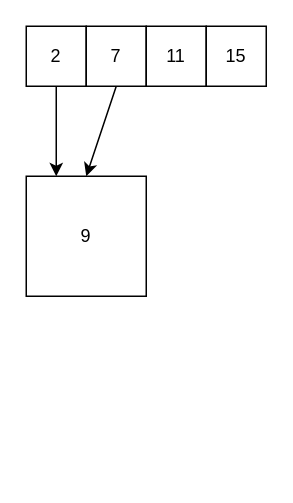
The draw.io diagram docs/TwoSumToTarget.drawio in rajsenthil/tdd-java, before the edit. Source tidied: cells renumbered, new cells numbered last; positions are measured from the earlier drawing's top-left corner, leaving out a move shared by most shapes. Both pictures are drawn from the tidied source at 150%, with x=0, y=0 at pixel (26, 26).
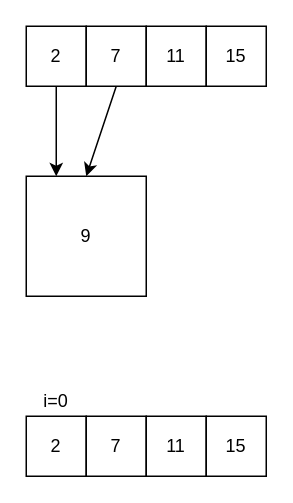
The same page after the edit.

The edit, as a diff of the source:
```diff
@@
 <mxGraphModel>
   <root>
     <mxCell id="0" />
     <mxCell id="1" parent="0" />
     <mxCell id="2" value="2" style="whiteSpace=wrap;html=1;" parent="1" vertex="1">
       <mxGeometry width="40" height="40" as="geometry" />
     </mxCell>
     <mxCell id="3" value="7" style="whiteSpace=wrap;html=1;" parent="1" vertex="1">
       <mxGeometry x="40" width="40" height="40" as="geometry" />
     </mxCell>
     <mxCell id="4" value="11" style="whiteSpace=wrap;html=1;" parent="1" vertex="1">
       <mxGeometry x="80" width="40" height="40" as="geometry" />
     </mxCell>
     <mxCell id="5" value="15" style="whiteSpace=wrap;html=1;" parent="1" vertex="1">
       <mxGeometry x="120" width="40" height="40" as="geometry" />
     </mxCell>
     <mxCell id="6" value="9" style="whiteSpace=wrap;html=1;" parent="1" vertex="1">
       <mxGeometry y="100" width="80" height="80" as="geometry" />
     </mxCell>
     <mxCell id="7" style="endArrow=classic;html=1;exitX=0.5;exitY=1;exitDx=0;exitDy=0;entryX=0.25;entryY=0;entryDx=0;entryDy=0;" parent="1" edge="1" source="2" target="6">
       <mxGeometry relative="1" as="geometry" />
     </mxCell>
     <mxCell id="8" style="endArrow=classic;html=1;entryX=0.5;entryY=0;entryDx=0;entryDy=0;exitX=0.5;exitY=1;exitDx=0;exitDy=0;" parent="1" edge="1" source="3" target="6">
       <mxGeometry relative="1" as="geometry" />
     </mxCell>
+    <mxCell id="9" value="2" style="whiteSpace=wrap;html=1;" parent="1" vertex="1">
+      <mxGeometry y="260" width="40" height="40" as="geometry" />
+    </mxCell>
+    <mxCell id="10" value="7" style="whiteSpace=wrap;html=1;" parent="1" vertex="1">
+      <mxGeometry x="40" y="260" width="40" height="40" as="geometry" />
+    </mxCell>
+    <mxCell id="11" value="11" style="whiteSpace=wrap;html=1;" parent="1" vertex="1">
+      <mxGeometry x="80" y="260" width="40" height="40" as="geometry" />
+    </mxCell>
+    <mxCell id="12" value="15" style="whiteSpace=wrap;html=1;" parent="1" vertex="1">
+      <mxGeometry x="120" y="260" width="40" height="40" as="geometry" />
+    </mxCell>
+    <mxCell id="13" value="i=0" style="text;html=1;strokeColor=none;fillColor=none;align=center;verticalAlign=middle;whiteSpace=wrap;rounded=0;" parent="1" vertex="1">
+      <mxGeometry y="240" width="40" height="20" as="geometry" />
+    </mxCell>
   </root>
 </mxGraphModel>
```
